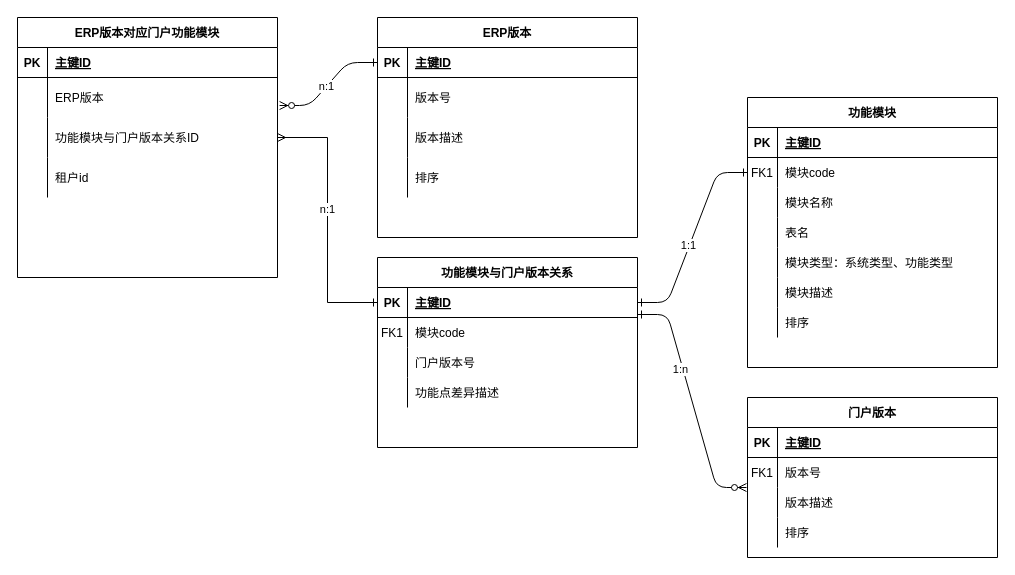
Before: Untitled Diagram.drawio in wwb382899012/sso, a draw.io diagram. Source tidied: cells renumbered, new cells numbered last; positions are measured from the earlier drawing's top-left corner, leaving out a move shared by most shapes. Both pictures are drawn from the tidied source at 100%, with x=0, y=0 at pixel (17, 17).
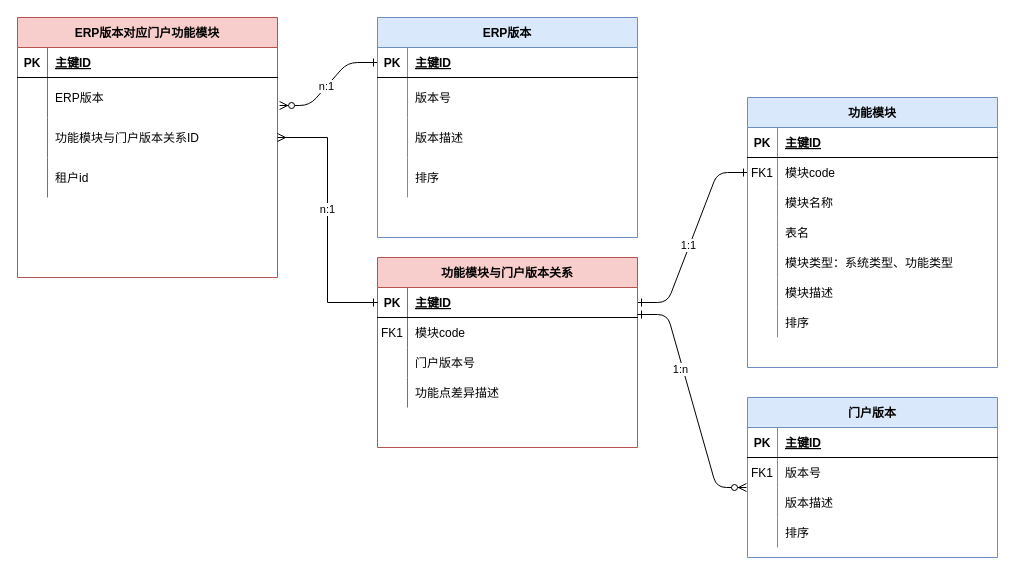
Above is the later version.

What changed in the source:
```diff
@@
-    <mxCell id="6" value="功能模块与门户版本关系" style="shape=table;startSize=30;childLayout=tableLayout;rowLines=0;fontStyle=1;align=center;" parent="1" vertex="1">
+    <mxCell id="6" value="功能模块与门户版本关系" style="shape=table;startSize=30;childLayout=tableLayout;rowLines=0;fontStyle=1;align=center;fillColor=#f8cecc;strokeColor=#b85450;" parent="1" vertex="1">
       <mxGeometry x="360" y="240" width="260" height="190" as="geometry" />
     </mxCell>
@@
-    <mxCell id="19" value="功能模块" style="shape=table;startSize=30;childLayout=tableLayout;rowLines=0;fontStyle=1;align=center;" parent="1" vertex="1">
+    <mxCell id="19" value="功能模块" style="shape=table;startSize=30;childLayout=tableLayout;rowLines=0;fontStyle=1;align=center;fillColor=#dae8fc;strokeColor=#6c8ebf;" parent="1" vertex="1">
       <mxGeometry x="730" y="80" width="250" height="270" as="geometry" />
     </mxCell>
@@
-    <mxCell id="41" value="ERP版本" style="shape=table;startSize=30;childLayout=tableLayout;rowLines=0;fontStyle=1;align=center;" parent="1" vertex="1">
+    <mxCell id="41" value="ERP版本" style="shape=table;startSize=30;childLayout=tableLayout;rowLines=0;fontStyle=1;align=center;fillColor=#dae8fc;strokeColor=#6c8ebf;" parent="1" vertex="1">
       <mxGeometry x="360" width="260" height="220" as="geometry" />
     </mxCell>
@@
-    <mxCell id="54" value="门户版本" style="shape=table;startSize=30;childLayout=tableLayout;rowLines=0;fontStyle=1;align=center;" parent="1" vertex="1">
+    <mxCell id="54" value="门户版本" style="shape=table;startSize=30;childLayout=tableLayout;rowLines=0;fontStyle=1;align=center;fillColor=#dae8fc;strokeColor=#6c8ebf;" parent="1" vertex="1">
       <mxGeometry x="730" y="380" width="250" height="160" as="geometry" />
     </mxCell>
@@
-    <mxCell id="69" value="ERP版本对应门户功能模块" style="shape=table;startSize=30;childLayout=tableLayout;rowLines=0;fontStyle=1;align=center;" parent="1" vertex="1">
+    <mxCell id="69" value="ERP版本对应门户功能模块" style="shape=table;startSize=30;childLayout=tableLayout;rowLines=0;fontStyle=1;align=center;fillColor=#f8cecc;strokeColor=#b85450;" parent="1" vertex="1">
       <mxGeometry width="260" height="260" as="geometry" />
     </mxCell>
```
